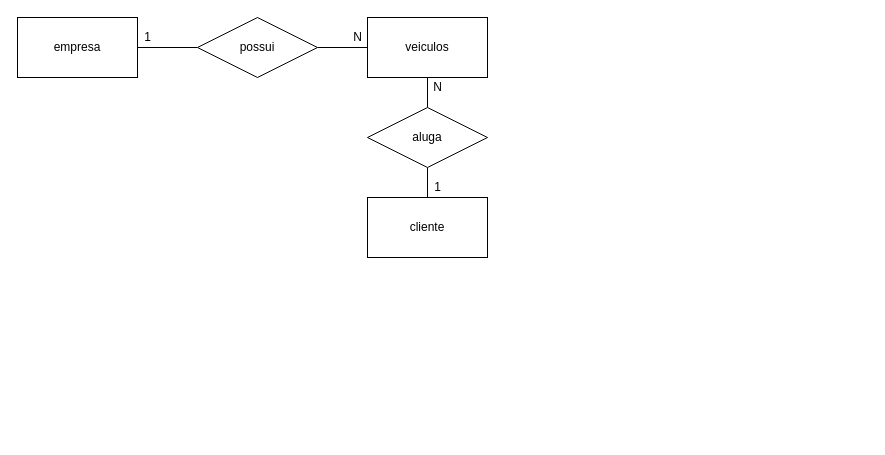
The draw.io diagram page "Conceitual" (1 of 2) of exercicios/1.2-exercicio-locadora/1.2-exercicio-locadora.drawio in LimaGustav/senai_sprint1_bd, before the edit. Source tidied: cells renumbered, new cells numbered last; positions are measured from the earlier drawing's top-left corner, leaving out a move shared by most shapes. Both pictures are drawn from the tidied source at 100%, with x=0, y=0 at pixel (17, 17).
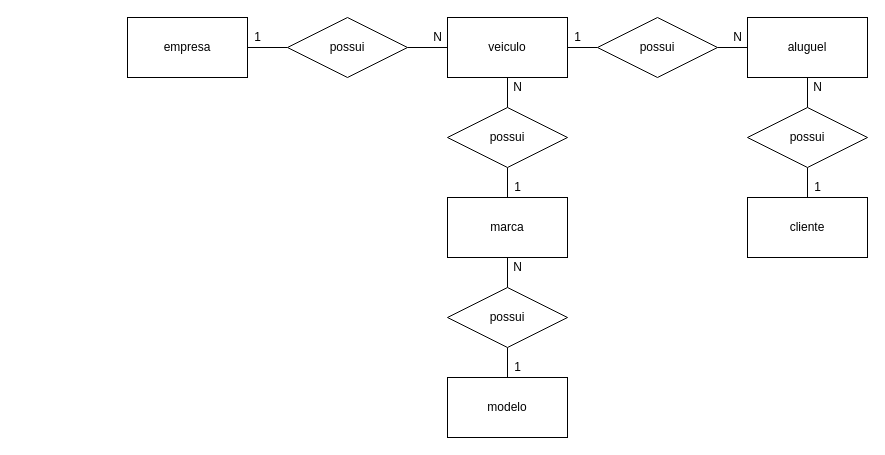
After the change.

The edit, as a diff of the source:
```diff
@@
-    <mxCell id="2" style="edgeStyle=orthogonalEdgeStyle;rounded=0;jettySize=auto;html=1;entryX=0;entryY=0.5;entryDx=0;entryDy=0;endArrow=none;endFill=0;" parent="1" edge="1" source="3" target="6">
-      <mxGeometry relative="1" as="geometry" />
-    </mxCell>
+    <mxCell id="15" style="edgeStyle=orthogonalEdgeStyle;rounded=0;jettySize=auto;html=1;entryX=0;entryY=0.5;entryDx=0;entryDy=0;endArrow=none;endFill=0;" parent="1" edge="1" source="3" target="24">
+      <mxGeometry relative="1" as="geometry" />
+    </mxCell>
     <mxCell id="3" value="empresa" style="rounded=0;whiteSpace=wrap;html=1;" parent="1" vertex="1">
-      <mxGeometry width="120" height="60" as="geometry" />
+      <mxGeometry x="110" width="120" height="60" as="geometry" />
     </mxCell>
-    <mxCell id="4" value="veiculos" style="rounded=0;whiteSpace=wrap;html=1;" parent="1" vertex="1">
-      <mxGeometry x="350" width="120" height="60" as="geometry" />
-    </mxCell>
-    <mxCell id="5" style="edgeStyle=orthogonalEdgeStyle;rounded=0;jettySize=auto;html=1;entryX=0;entryY=0.5;entryDx=0;entryDy=0;endArrow=none;endFill=0;" parent="1" edge="1" source="6" target="4">
-      <mxGeometry relative="1" as="geometry" />
-    </mxCell>
-    <mxCell id="6" value="possui" style="shape=rhombus;perimeter=rhombusPerimeter;whiteSpace=wrap;html=1;align=center;" parent="1" vertex="1">
-      <mxGeometry x="180" width="120" height="60" as="geometry" />
-    </mxCell>
-    <mxCell id="7" value="1" style="text;html=1;align=center;verticalAlign=middle;strokeColor=none;" parent="1" vertex="1">
-      <mxGeometry x="120" y="10" width="20" height="20" as="geometry" />
-    </mxCell>
-    <mxCell id="8" value="N" style="text;html=1;align=center;verticalAlign=middle;strokeColor=none;" parent="1" vertex="1">
-      <mxGeometry x="330" y="10" width="20" height="20" as="geometry" />
-    </mxCell>
+    <mxCell id="16" style="edgeStyle=orthogonalEdgeStyle;rounded=0;jettySize=auto;html=1;endArrow=none;endFill=0;" parent="1" edge="1" source="17" target="26">
+      <mxGeometry relative="1" as="geometry" />
+    </mxCell>
+    <mxCell id="17" value="veiculo" style="whiteSpace=wrap;html=1;" parent="1" vertex="1">
+      <mxGeometry x="430" width="120" height="60" as="geometry" />
+    </mxCell>
+    <mxCell id="18" style="edgeStyle=orthogonalEdgeStyle;rounded=0;jettySize=auto;html=1;entryX=0.5;entryY=0;entryDx=0;entryDy=0;endArrow=none;endFill=0;" parent="1" edge="1" source="19" target="31">
+      <mxGeometry relative="1" as="geometry" />
+    </mxCell>
+    <mxCell id="19" value="marca" style="whiteSpace=wrap;html=1;" parent="1" vertex="1">
+      <mxGeometry x="430" y="180" width="120" height="60" as="geometry" />
+    </mxCell>
+    <mxCell id="20" value="modelo" style="whiteSpace=wrap;html=1;" parent="1" vertex="1">
+      <mxGeometry x="430" y="360" width="120" height="60" as="geometry" />
+    </mxCell>
+    <mxCell id="21" style="edgeStyle=orthogonalEdgeStyle;rounded=0;jettySize=auto;html=1;entryX=0.5;entryY=0;entryDx=0;entryDy=0;endArrow=none;endFill=0;" parent="1" edge="1" source="22" target="41">
+      <mxGeometry relative="1" as="geometry" />
+    </mxCell>
+    <mxCell id="22" value="aluguel" style="whiteSpace=wrap;html=1;" parent="1" vertex="1">
+      <mxGeometry x="730" width="120" height="60" as="geometry" />
+    </mxCell>
+    <mxCell id="23" style="edgeStyle=orthogonalEdgeStyle;rounded=0;jettySize=auto;html=1;endArrow=none;endFill=0;" parent="1" edge="1" source="24" target="17">
+      <mxGeometry relative="1" as="geometry" />
+    </mxCell>
+    <mxCell id="24" value="possui" style="shape=rhombus;perimeter=rhombusPerimeter;whiteSpace=wrap;html=1;align=center;" parent="1" vertex="1">
+      <mxGeometry x="270" width="120" height="60" as="geometry" />
+    </mxCell>
+    <mxCell id="25" style="edgeStyle=orthogonalEdgeStyle;rounded=0;jettySize=auto;html=1;entryX=0;entryY=0.5;entryDx=0;entryDy=0;endArrow=none;endFill=0;" parent="1" edge="1" source="26" target="22">
+      <mxGeometry relative="1" as="geometry" />
+    </mxCell>
+    <mxCell id="26" value="possui" style="shape=rhombus;perimeter=rhombusPerimeter;whiteSpace=wrap;html=1;align=center;" parent="1" vertex="1">
+      <mxGeometry x="580" width="120" height="60" as="geometry" />
+    </mxCell>
+    <mxCell id="27" style="edgeStyle=orthogonalEdgeStyle;rounded=0;jettySize=auto;html=1;entryX=0.5;entryY=1;entryDx=0;entryDy=0;endArrow=none;endFill=0;" parent="1" edge="1" source="29" target="17">
+      <mxGeometry relative="1" as="geometry" />
+    </mxCell>
+    <mxCell id="28" style="edgeStyle=orthogonalEdgeStyle;rounded=0;jettySize=auto;html=1;endArrow=none;endFill=0;" parent="1" edge="1" source="29" target="19">
+      <mxGeometry relative="1" as="geometry" />
+    </mxCell>
+    <mxCell id="29" value="possui" style="shape=rhombus;perimeter=rhombusPerimeter;whiteSpace=wrap;html=1;align=center;" parent="1" vertex="1">
+      <mxGeometry x="430" y="90" width="120" height="60" as="geometry" />
+    </mxCell>
+    <mxCell id="30" style="edgeStyle=orthogonalEdgeStyle;rounded=0;jettySize=auto;html=1;endArrow=none;endFill=0;" parent="1" edge="1" source="31" target="20">
+      <mxGeometry relative="1" as="geometry" />
+    </mxCell>
+    <mxCell id="31" value="possui" style="shape=rhombus;perimeter=rhombusPerimeter;whiteSpace=wrap;html=1;align=center;" parent="1" vertex="1">
+      <mxGeometry x="430" y="270" width="120" height="60" as="geometry" />
+    </mxCell>
+    <mxCell id="32" value="1" style="text;html=1;align=center;verticalAlign=middle;strokeColor=none;" parent="1" vertex="1">
+      <mxGeometry x="230" y="10" width="20" height="20" as="geometry" />
+    </mxCell>
+    <mxCell id="33" value="N" style="text;html=1;align=center;verticalAlign=middle;strokeColor=none;" parent="1" vertex="1">
+      <mxGeometry x="410" y="10" width="20" height="20" as="geometry" />
+    </mxCell>
+    <mxCell id="34" value="1" style="text;html=1;align=center;verticalAlign=middle;strokeColor=none;" parent="1" vertex="1">
+      <mxGeometry x="550" y="10" width="20" height="20" as="geometry" />
+    </mxCell>
+    <mxCell id="35" value="N" style="text;html=1;align=center;verticalAlign=middle;strokeColor=none;" parent="1" vertex="1">
+      <mxGeometry x="710" y="10" width="20" height="20" as="geometry" />
+    </mxCell>
+    <mxCell id="36" value="N" style="text;html=1;align=center;verticalAlign=middle;strokeColor=none;" parent="1" vertex="1">
+      <mxGeometry x="490" y="60" width="20" height="20" as="geometry" />
+    </mxCell>
+    <mxCell id="37" value="1" style="text;html=1;align=center;verticalAlign=middle;strokeColor=none;" parent="1" vertex="1">
+      <mxGeometry x="490" y="160" width="20" height="20" as="geometry" />
+    </mxCell>
+    <mxCell id="38" value="N" style="text;html=1;align=center;verticalAlign=middle;strokeColor=none;" parent="1" vertex="1">
+      <mxGeometry x="490" y="240" width="20" height="20" as="geometry" />
+    </mxCell>
+    <mxCell id="39" value="1" style="text;html=1;align=center;verticalAlign=middle;strokeColor=none;" parent="1" vertex="1">
+      <mxGeometry x="490" y="340" width="20" height="20" as="geometry" />
+    </mxCell>
-    <mxCell id="9" value="cliente" style="rounded=0;whiteSpace=wrap;html=1;" parent="1" vertex="1">
-      <mxGeometry x="350" y="180" width="120" height="60" as="geometry" />
+    <mxCell id="9" value="cliente" style="whiteSpace=wrap;html=1;" parent="1" vertex="1">
+      <mxGeometry x="730" y="180" width="120" height="60" as="geometry" />
     </mxCell>
-    <mxCell id="10" style="edgeStyle=orthogonalEdgeStyle;rounded=0;jettySize=auto;html=1;entryX=0.5;entryY=1;entryDx=0;entryDy=0;endArrow=none;endFill=0;" parent="1" edge="1" source="12" target="4">
-      <mxGeometry relative="1" as="geometry" />
-    </mxCell>
-    <mxCell id="11" style="edgeStyle=orthogonalEdgeStyle;rounded=0;jettySize=auto;html=1;endArrow=none;endFill=0;" parent="1" edge="1" source="12" target="9">
-      <mxGeometry relative="1" as="geometry" />
-    </mxCell>
-    <mxCell id="12" value="aluga" style="shape=rhombus;perimeter=rhombusPerimeter;whiteSpace=wrap;html=1;align=center;" parent="1" vertex="1">
-      <mxGeometry x="350" y="90" width="120" height="60" as="geometry" />
-    </mxCell>
-    <mxCell id="13" value="N" style="text;html=1;align=center;verticalAlign=middle;strokeColor=none;" parent="1" vertex="1">
-      <mxGeometry x="410" y="60" width="20" height="20" as="geometry" />
-    </mxCell>
-    <mxCell id="14" value="1" style="text;html=1;align=center;verticalAlign=middle;strokeColor=none;" parent="1" vertex="1">
-      <mxGeometry x="410" y="160" width="20" height="20" as="geometry" />
-    </mxCell>
+    <mxCell id="40" style="edgeStyle=orthogonalEdgeStyle;rounded=0;jettySize=auto;html=1;endArrow=none;endFill=0;" parent="1" edge="1" source="41" target="9">
+      <mxGeometry relative="1" as="geometry" />
+    </mxCell>
+    <mxCell id="41" value="possui" style="shape=rhombus;perimeter=rhombusPerimeter;whiteSpace=wrap;html=1;align=center;" parent="1" vertex="1">
+      <mxGeometry x="730" y="90" width="120" height="60" as="geometry" />
+    </mxCell>
+    <mxCell id="42" value="N" style="text;html=1;align=center;verticalAlign=middle;strokeColor=none;" parent="1" vertex="1">
+      <mxGeometry x="790" y="60" width="20" height="20" as="geometry" />
+    </mxCell>
+    <mxCell id="43" value="1" style="text;html=1;align=center;verticalAlign=middle;strokeColor=none;" parent="1" vertex="1">
+      <mxGeometry x="790" y="160" width="20" height="20" as="geometry" />
+    </mxCell>
```
